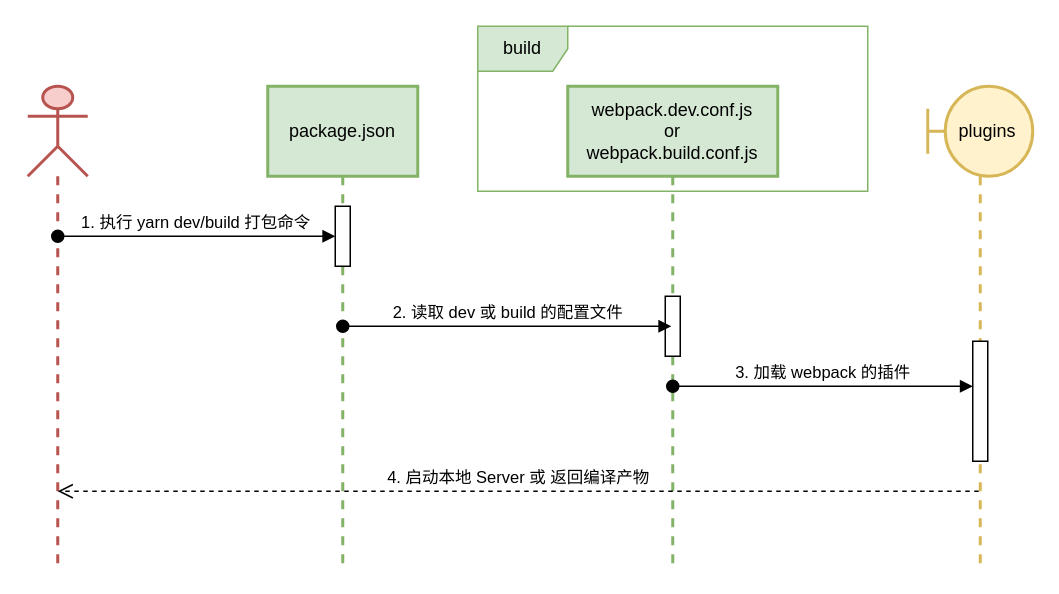
The draw.io diagram page "编译时序图" (3 of 5) of VIDAA Free & VIDAA Store.drawio in LeeDebug/drawio, before the edit. Source tidied: cells renumbered, new cells numbered last; positions are measured from the earlier drawing's top-left corner, leaving out a move shared by most shapes. Both pictures are drawn from the tidied source at 150%, with x=0, y=0 at pixel (27, 26).
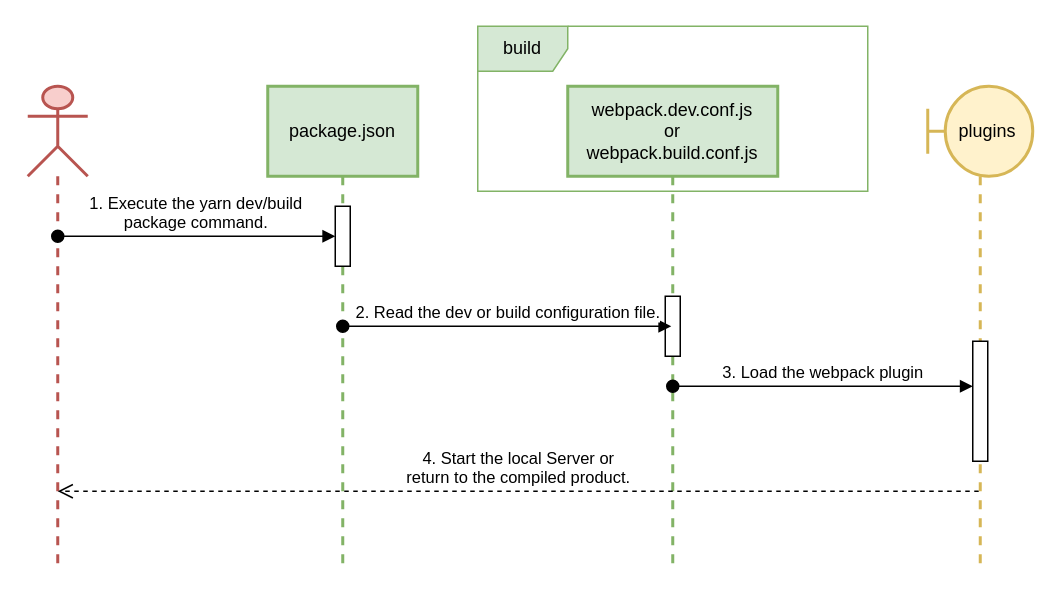
Above is the later version.

What changed in the source:
```diff
@@
 <mxGraphModel>
   <root>
     <mxCell id="0" />
     <mxCell id="1" parent="0" />
     <mxCell id="2" style="shape=umlLifeline;perimeter=lifelinePerimeter;whiteSpace=wrap;html=1;outlineConnect=0;portConstraint=eastwest;newEdgeStyle={&quot;edgeStyle&quot;:&quot;elbowEdgeStyle&quot;,&quot;elbow&quot;:&quot;vertical&quot;,&quot;curved&quot;:0,&quot;rounded&quot;:0};participant=umlActor;size=60;fillColor=#f8cecc;strokeColor=#b85450;strokeWidth=2;" parent="1" vertex="1">
       <mxGeometry y="40" width="40" height="320" as="geometry" />
     </mxCell>
     <mxCell id="3" value="package.json" style="shape=umlLifeline;perimeter=lifelinePerimeter;whiteSpace=wrap;html=1;newEdgeStyle={&quot;edgeStyle&quot;:&quot;elbowEdgeStyle&quot;,&quot;elbow&quot;:&quot;vertical&quot;,&quot;curved&quot;:0,&quot;rounded&quot;:0};size=60;fillColor=#d5e8d4;strokeColor=#82b366;strokeWidth=2;" parent="1" vertex="1">
       <mxGeometry x="160" y="40" width="100" height="320" as="geometry" />
     </mxCell>
     <mxCell id="4" style="html=1;points=[];perimeter=orthogonalPerimeter;outlineConnect=0;targetShapes=umlLifeline;portConstraint=eastwest;newEdgeStyle={&quot;edgeStyle&quot;:&quot;elbowEdgeStyle&quot;,&quot;elbow&quot;:&quot;vertical&quot;,&quot;curved&quot;:0,&quot;rounded&quot;:0};" parent="3" vertex="1">
       <mxGeometry x="45" y="80" width="10" height="40" as="geometry" />
     </mxCell>
-    <mxCell id="5" value="1. 执行 yarn dev/build 打包命令" style="html=1;verticalAlign=bottom;startArrow=oval;endArrow=block;startSize=8;edgeStyle=elbowEdgeStyle;elbow=vertical;curved=0;rounded=0;" parent="1" edge="1" source="2" target="4">
+    <mxCell id="5" value="1. Execute the yarn dev/build &lt;br&gt;package command." style="html=1;verticalAlign=bottom;startArrow=oval;endArrow=block;startSize=8;edgeStyle=elbowEdgeStyle;elbow=vertical;curved=0;rounded=0;" parent="1" edge="1" source="2" target="4">
       <mxGeometry x="-0.01" relative="1" as="geometry" />
     </mxCell>
     <mxCell id="6" value="build" style="shape=umlFrame;whiteSpace=wrap;html=1;width=60;height=30;fillColor=#d5e8d4;strokeColor=#82b366;" parent="1" vertex="1">
       <mxGeometry x="300" width="260" height="110" as="geometry" />
     </mxCell>
     <mxCell id="7" value="webpack.dev.conf.js&lt;br&gt;or&lt;br&gt;webpack.build.conf.js" style="shape=umlLifeline;perimeter=lifelinePerimeter;whiteSpace=wrap;html=1;outlineConnect=0;portConstraint=eastwest;newEdgeStyle={&quot;edgeStyle&quot;:&quot;elbowEdgeStyle&quot;,&quot;elbow&quot;:&quot;vertical&quot;,&quot;curved&quot;:0,&quot;rounded&quot;:0};size=60;fillColor=#d5e8d4;strokeColor=#82b366;strokeWidth=2;" parent="1" vertex="1">
       <mxGeometry x="360" y="40" width="140" height="320" as="geometry" />
     </mxCell>
     <mxCell id="8" style="html=1;perimeter=orthogonalPerimeter;targetShapes=umlLifeline;newEdgeStyle={&quot;edgeStyle&quot;:&quot;elbowEdgeStyle&quot;,&quot;elbow&quot;:&quot;vertical&quot;,&quot;curved&quot;:0,&quot;rounded&quot;:0};" parent="7" vertex="1">
       <mxGeometry x="65" y="140" width="10" height="40" as="geometry" />
     </mxCell>
-    <mxCell id="9" value="2. 读取 dev 或 build 的配置文件" style="html=1;verticalAlign=bottom;startArrow=oval;endArrow=block;startSize=8;edgeStyle=elbowEdgeStyle;elbow=vertical;curved=0;rounded=0;" parent="1" edge="1" target="7">
+    <mxCell id="9" value="2. Read the dev or build configuration file." style="html=1;verticalAlign=bottom;startArrow=oval;endArrow=block;startSize=8;edgeStyle=elbowEdgeStyle;elbow=vertical;curved=0;rounded=0;" parent="1" edge="1" target="7">
       <mxGeometry relative="1" as="geometry">
         <mxPoint x="210" y="200" as="sourcePoint" />
       </mxGeometry>
     </mxCell>
-    <mxCell id="10" value="4. 启动本地 Server 或 返回编译产物" style="html=1;verticalAlign=bottom;endArrow=open;dashed=1;endSize=8;edgeStyle=elbowEdgeStyle;elbow=vertical;curved=0;rounded=0;entryX=0.499;entryY=0.855;entryDx=0;entryDy=0;entryPerimeter=0;" parent="1" edge="1">
+    <mxCell id="10" value="4. Start the local Server or &lt;br&gt;return to the compiled product." style="html=1;verticalAlign=bottom;endArrow=open;dashed=1;endSize=8;edgeStyle=elbowEdgeStyle;elbow=vertical;curved=0;rounded=0;entryX=0.499;entryY=0.855;entryDx=0;entryDy=0;entryPerimeter=0;" parent="1" edge="1">
       <mxGeometry relative="1" as="geometry">
         <mxPoint x="634" y="310" as="sourcePoint" />
         <mxPoint x="20" y="310.4" as="targetPoint" />
       </mxGeometry>
     </mxCell>
     <mxCell id="11" value="&amp;nbsp; &amp;nbsp;plugins" style="shape=umlLifeline;perimeter=lifelinePerimeter;whiteSpace=wrap;html=1;newEdgeStyle={&quot;edgeStyle&quot;:&quot;elbowEdgeStyle&quot;,&quot;elbow&quot;:&quot;vertical&quot;,&quot;curved&quot;:0,&quot;rounded&quot;:0};participant=umlBoundary;size=60;fillColor=#fff2cc;strokeColor=#d6b656;strokeWidth=2;" parent="1" vertex="1">
       <mxGeometry x="600" y="40" width="70" height="320" as="geometry" />
     </mxCell>
     <mxCell id="12" style="html=1;perimeter=orthogonalPerimeter;targetShapes=umlLifeline;newEdgeStyle={&quot;edgeStyle&quot;:&quot;elbowEdgeStyle&quot;,&quot;elbow&quot;:&quot;vertical&quot;,&quot;curved&quot;:0,&quot;rounded&quot;:0};" parent="11" vertex="1">
       <mxGeometry x="30" y="170" width="10" height="80" as="geometry" />
     </mxCell>
-    <mxCell id="13" value="3. 加载 webpack 的插件" style="html=1;verticalAlign=bottom;startArrow=oval;endArrow=block;startSize=8;edgeStyle=elbowEdgeStyle;elbow=vertical;curved=0;rounded=0;" parent="1" edge="1">
+    <mxCell id="13" value="3. Load the webpack plugin" style="html=1;verticalAlign=bottom;startArrow=oval;endArrow=block;startSize=8;edgeStyle=elbowEdgeStyle;elbow=vertical;curved=0;rounded=0;" parent="1" edge="1">
       <mxGeometry relative="1" as="geometry">
         <mxPoint x="430" y="240" as="sourcePoint" />
         <mxPoint x="630" y="240" as="targetPoint" />
       </mxGeometry>
     </mxCell>
   </root>
 </mxGraphModel>
```
